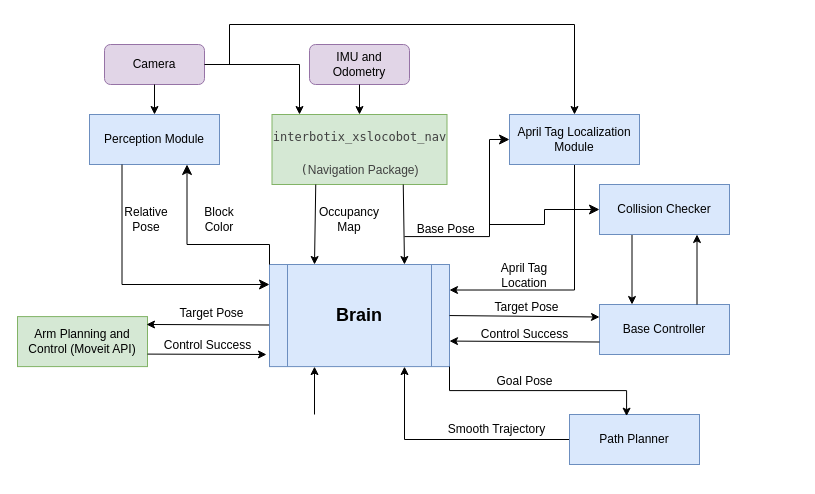
This is module_flow_diagram.drawio from sidt36/ME326-Group-8, a draw.io file, before an edit. Source tidied: cells renumbered, new cells numbered last; positions are measured from the earlier drawing's top-left corner, leaving out a move shared by most shapes. Both pictures are drawn from the tidied source at 100%, with x=0, y=0 at pixel (17, 24).
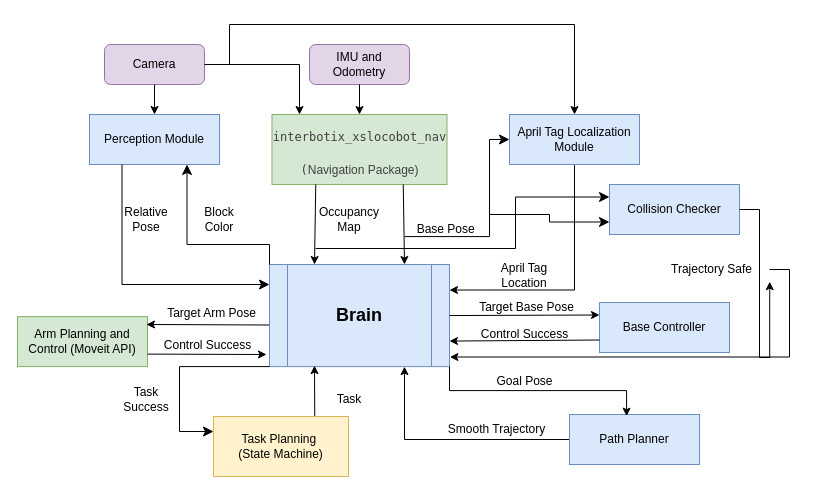
Above is the later version.

The change refers to these unchanged cells:
```xml
<mxCell id="11" value="&lt;span style=&quot;font-size: 18px;&quot;&gt;&lt;b&gt;Brain&lt;/b&gt;&lt;/span&gt;" style="shape=process;whiteSpace=wrap;html=1;backgroundOutline=1;fillColor=#dae8fc;strokeColor=#6c8ebf;" parent="1" vertex="1">
  <mxGeometry x="252" y="240" width="180" height="102.1" as="geometry" />
</mxCell>
```

The edit, as a diff of the source:
```diff
@@
-    <mxCell id="20" style="endArrow=classic;html=1;rounded=0;entryX=0.25;entryY=1;entryDx=0;entryDy=0;" parent="1" edge="1" target="11">
+    <mxCell id="20" style="endArrow=classic;html=1;rounded=0;entryX=0.25;entryY=1;entryDx=0;entryDy=0;exitX=0.75;exitY=0;exitDx=0;exitDy=0;" parent="1" edge="1" source="47">
       <mxGeometry relative="1" as="geometry">
-        <mxPoint x="297" y="390" as="sourcePoint" />
+        <mxPoint x="297" y="341.1" as="targetPoint" />
       </mxGeometry>
     </mxCell>
@@
     <mxCell id="26" value="Base Controller" style="rounded=0;whiteSpace=wrap;html=1;fillColor=#dae8fc;strokeColor=#6c8ebf;" parent="1" vertex="1">
-      <mxGeometry x="582" y="280" width="130" height="50" as="geometry" />
+      <mxGeometry x="582" y="278" width="130" height="50" as="geometry" />
     </mxCell>
@@
-    <mxCell id="30" value="Target Pose" style="text;html=1;align=center;verticalAlign=middle;whiteSpace=wrap;rounded=0;" parent="1" vertex="1">
+    <mxCell id="30" value="Target Arm Pose" style="text;html=1;align=center;verticalAlign=middle;whiteSpace=wrap;rounded=0;" parent="1" vertex="1">
       <mxGeometry x="137" y="274.1" width="115" height="30" as="geometry" />
     </mxCell>
@@
-    <mxCell id="33" value="Target Pose" style="text;html=1;align=center;verticalAlign=middle;whiteSpace=wrap;rounded=0;" parent="1" vertex="1">
+    <mxCell id="33" value="Target Base Pose" style="text;html=1;align=center;verticalAlign=middle;whiteSpace=wrap;rounded=0;" parent="1" vertex="1">
       <mxGeometry x="452" y="268" width="115" height="30" as="geometry" />
     </mxCell>
@@
-    <mxCell id="39" style="edgeStyle=orthogonalEdgeStyle;rounded=0;jettySize=auto;html=1;exitX=0.25;exitY=1;exitDx=0;exitDy=0;entryX=0.25;entryY=0;entryDx=0;entryDy=0;" parent="1" edge="1" source="40" target="26">
-      <mxGeometry relative="1" as="geometry" />
-    </mxCell>
     <mxCell id="40" value="Collision Checker" style="rounded=0;whiteSpace=wrap;html=1;fillColor=#dae8fc;strokeColor=#6c8ebf;" parent="1" vertex="1">
-      <mxGeometry x="582" y="160" width="130" height="50" as="geometry" />
+      <mxGeometry x="592" y="160" width="130" height="50" as="geometry" />
     </mxCell>
-    <mxCell id="41" style="endArrow=classic;html=1;rounded=0;exitX=0.75;exitY=0;exitDx=0;exitDy=0;entryX=0.75;entryY=1;entryDx=0;entryDy=0;" parent="1" edge="1" source="26" target="40">
-      <mxGeometry relative="1" as="geometry" />
-    </mxCell>
-    <mxCell id="42" style="edgeStyle=elbowEdgeStyle;elbow=horizontal;endArrow=classic;html=1;curved=0;rounded=0;endSize=8;startSize=8;entryX=0;entryY=0.5;entryDx=0;entryDy=0;" parent="1" edge="1" target="40">
+    <mxCell id="42" style="edgeStyle=elbowEdgeStyle;elbow=horizontal;endArrow=classic;html=1;curved=0;rounded=0;endSize=8;startSize=8;entryX=0;entryY=0.25;entryDx=0;entryDy=0;" parent="1" edge="1" target="40">
       <mxGeometry relative="1" as="geometry">
-        <mxPoint x="472" y="200" as="sourcePoint" />
+        <mxPoint x="298" y="224" as="sourcePoint" />
+        <Array as="points">
+          <mxPoint x="498" y="214" />
+        </Array>
       </mxGeometry>
     </mxCell>
+    <mxCell id="43" style="edgeStyle=elbowEdgeStyle;elbow=horizontal;endArrow=classic;html=1;curved=0;rounded=0;endSize=8;startSize=8;entryX=0;entryY=0.75;entryDx=0;entryDy=0;" parent="1" edge="1" target="40">
+      <mxGeometry relative="1" as="geometry">
+        <mxPoint x="472" y="190" as="sourcePoint" />
+      </mxGeometry>
+    </mxCell>
+    <mxCell id="44" style="edgeStyle=orthogonalEdgeStyle;rounded=0;jettySize=auto;html=1;exitX=1;exitY=0.5;exitDx=0;exitDy=0;entryX=1.002;entryY=0.906;entryDx=0;entryDy=0;entryPerimeter=0;" parent="1" edge="1" source="46" target="11">
+      <mxGeometry relative="1" as="geometry" />
+    </mxCell>
+    <mxCell id="45" style="edgeStyle=orthogonalEdgeStyle;rounded=0;jettySize=auto;html=1;exitX=1;exitY=0.5;exitDx=0;exitDy=0;entryX=1.002;entryY=0.906;entryDx=0;entryDy=0;entryPerimeter=0;" parent="1" edge="1" source="40" target="46">
+      <mxGeometry relative="1" as="geometry">
+        <Array as="points">
+          <mxPoint x="742" y="185" />
+          <mxPoint x="742" y="333" />
+        </Array>
+      </mxGeometry>
+    </mxCell>
+    <mxCell id="46" value="Trajectory Safe" style="text;html=1;align=center;verticalAlign=middle;whiteSpace=wrap;rounded=0;" parent="1" vertex="1">
+      <mxGeometry x="637" y="230" width="115" height="30" as="geometry" />
+    </mxCell>
+    <mxCell id="47" value="Task Planning&amp;nbsp;&lt;br&gt;(State Machine)" style="rounded=0;whiteSpace=wrap;html=1;fillColor=#fff2cc;strokeColor=#d6b656;" parent="1" vertex="1">
+      <mxGeometry x="196" y="392" width="135" height="60" as="geometry" />
+    </mxCell>
+    <mxCell id="48" style="edgeStyle=elbowEdgeStyle;elbow=horizontal;endArrow=classic;html=1;curved=0;rounded=0;endSize=8;startSize=8;exitX=0;exitY=1;exitDx=0;exitDy=0;entryX=0;entryY=0.25;entryDx=0;entryDy=0;" parent="1" edge="1" source="11" target="47">
+      <mxGeometry relative="1" as="geometry">
+        <Array as="points">
+          <mxPoint x="162" y="417.9" />
+        </Array>
+      </mxGeometry>
+    </mxCell>
+    <mxCell id="49" value="Task Success" style="text;html=1;align=center;verticalAlign=middle;whiteSpace=wrap;rounded=0;" parent="1" vertex="1">
+      <mxGeometry x="99" y="360" width="60" height="30" as="geometry" />
+    </mxCell>
+    <mxCell id="50" value="Task" style="text;html=1;align=center;verticalAlign=middle;whiteSpace=wrap;rounded=0;" parent="1" vertex="1">
+      <mxGeometry x="302" y="360" width="60" height="30" as="geometry" />
+    </mxCell>
```
